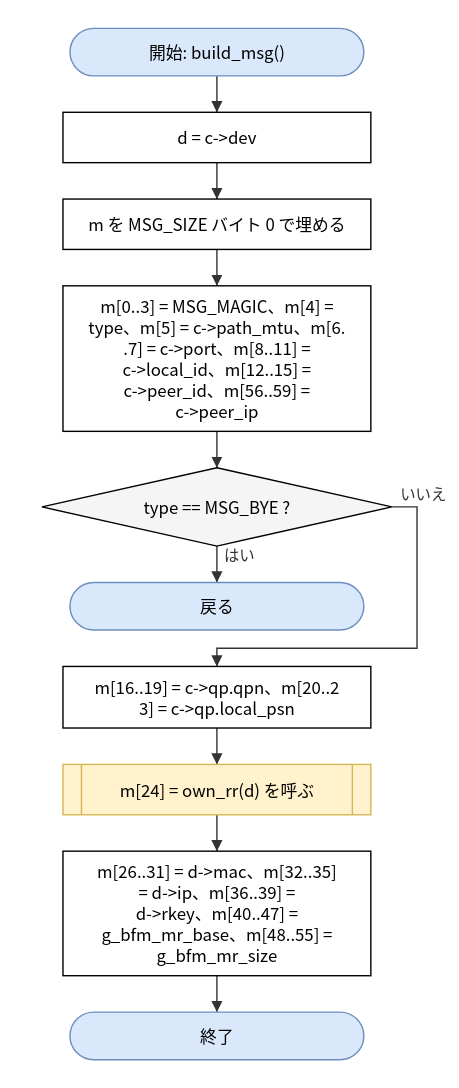
The draw.io diagram doc/spec/images/flow_src_bfm_cm-build_msg.drawio.svg in hf355051012-ai/bfmem, before a commit. Source tidied: cells renumbered, new cells last; positions are measured from the earlier drawing's top-left corner, leaving out a move shared by most shapes.
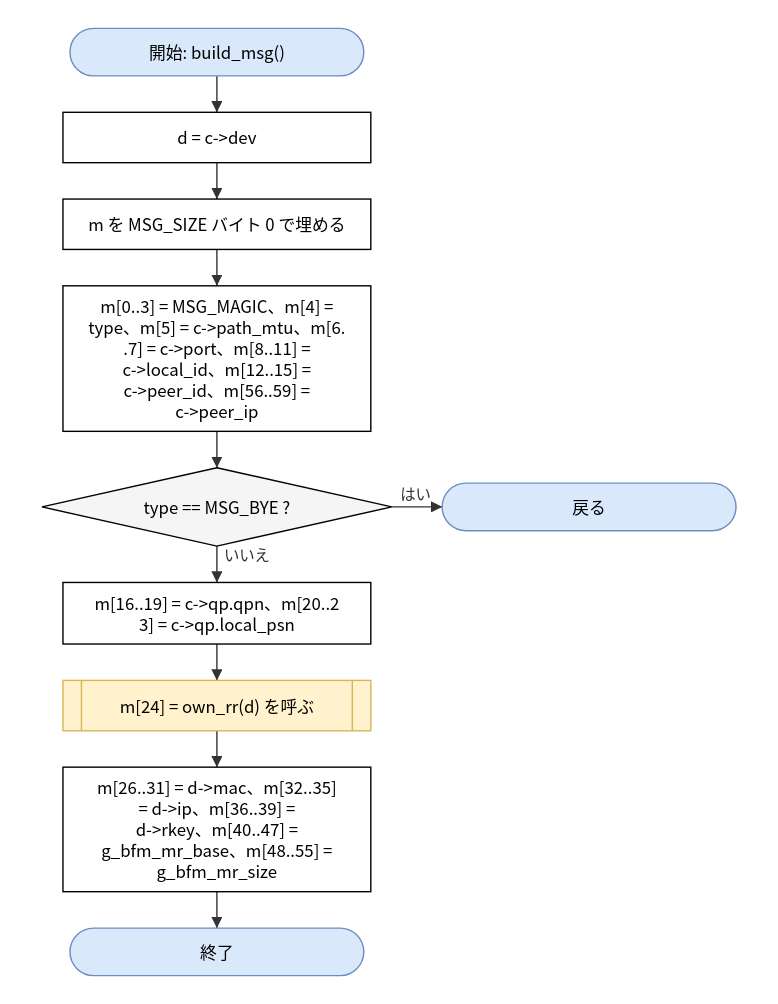
The same diagram one commit later.

The edit, as a diff of the source:
```diff
@@ -18,19 +18,19 @@
       <mxGeometry y="314" width="250" height="56" as="geometry" />
     </mxCell>
     <mxCell id="7" value="戻る" style="rounded=1;arcSize=50;whiteSpace=wrap;html=1;fillColor=#dae8fc;strokeColor=#6c8ebf;" parent="1" vertex="1">
-      <mxGeometry x="20" y="396" width="210" height="34" as="geometry" />
+      <mxGeometry x="286" y="325" width="210" height="34" as="geometry" />
     </mxCell>
     <mxCell id="8" value="m[16..19] = c-&amp;gt;qp.qpn、m[20..2&lt;br&gt;3] = c-&amp;gt;qp.local_psn" style="rounded=0;whiteSpace=wrap;html=1;" parent="1" vertex="1">
-      <mxGeometry x="15" y="456" width="220" height="44" as="geometry" />
+      <mxGeometry x="15" y="396" width="220" height="44" as="geometry" />
     </mxCell>
     <mxCell id="9" value="m[24] = own_rr(d) を呼ぶ" style="shape=process;whiteSpace=wrap;html=1;backgroundOutline=1;size=0.06;fillColor=#fff2cc;strokeColor=#d6b656;" parent="1" vertex="1">
-      <mxGeometry x="15" y="526" width="220" height="36" as="geometry" />
+      <mxGeometry x="15" y="466" width="220" height="36" as="geometry" />
     </mxCell>
     <mxCell id="10" value="m[26..31] = d-&amp;gt;mac、m[32..35]&lt;br&gt;= d-&amp;gt;ip、m[36..39] =&lt;br&gt;d-&amp;gt;rkey、m[40..47] =&lt;br&gt;g_bfm_mr_base、m[48..55] =&lt;br&gt;g_bfm_mr_size" style="rounded=0;whiteSpace=wrap;html=1;" parent="1" vertex="1">
-      <mxGeometry x="15" y="588" width="220" height="89" as="geometry" />
+      <mxGeometry x="15" y="528" width="220" height="89" as="geometry" />
     </mxCell>
     <mxCell id="11" value="終了" style="rounded=1;arcSize=50;whiteSpace=wrap;html=1;fillColor=#dae8fc;strokeColor=#6c8ebf;" parent="1" vertex="1">
-      <mxGeometry x="20" y="703" width="210" height="34" as="geometry" />
+      <mxGeometry x="20" y="643" width="210" height="34" as="geometry" />
     </mxCell>
     <mxCell id="12" style="edgeStyle=none;html=1;rounded=0;endArrow=block;endFill=1;exitX=0.5000;exitY=1.0000;exitDx=0;exitDy=0;exitPerimeter=0;entryX=0.5000;entryY=0.0000;entryDx=0;entryDy=0;entryPerimeter=0;" parent="1" edge="1" source="2" target="3">
       <mxGeometry relative="1" as="geometry" />
@@ -44,17 +44,11 @@
     <mxCell id="15" style="edgeStyle=none;html=1;rounded=0;endArrow=block;endFill=1;exitX=0.5000;exitY=1.0000;exitDx=0;exitDy=0;exitPerimeter=0;entryX=0.5000;entryY=0.0000;entryDx=0;entryDy=0;entryPerimeter=0;" parent="1" edge="1" source="5" target="6">
       <mxGeometry relative="1" as="geometry" />
     </mxCell>
-    <mxCell id="16" value="はい" style="edgeStyle=none;html=1;rounded=0;endArrow=block;endFill=1;exitX=0.5000;exitY=1.0000;exitDx=0;exitDy=0;exitPerimeter=0;entryX=0.5000;entryY=0.0000;entryDx=0;entryDy=0;entryPerimeter=0;" parent="1" edge="1" source="6" target="7">
+    <mxCell id="16" value="はい" style="edgeStyle=none;html=1;rounded=0;endArrow=block;endFill=1;exitX=1.0000;exitY=0.5000;exitDx=0;exitDy=0;exitPerimeter=0;entryX=0.0000;entryY=0.5000;entryDx=0;entryDy=0;entryPerimeter=0;" parent="1" edge="1" source="6" target="7">
       <mxGeometry relative="1" as="geometry" />
     </mxCell>
-    <mxCell id="17" value="いいえ" style="edgeStyle=none;html=1;rounded=0;endArrow=block;endFill=1;exitX=1.0000;exitY=0.5000;exitDx=0;exitDy=0;exitPerimeter=0;entryX=0.5000;entryY=0.0000;entryDx=0;entryDy=0;entryPerimeter=0;" parent="1" edge="1" source="6" target="8">
-      <mxGeometry relative="1" as="geometry">
-        <Array as="points">
-          <mxPoint x="268" y="342" />
-          <mxPoint x="268" y="443" />
-          <mxPoint x="125" y="443" />
-        </Array>
-      </mxGeometry>
+    <mxCell id="17" value="いいえ" style="edgeStyle=none;html=1;rounded=0;endArrow=block;endFill=1;exitX=0.5000;exitY=1.0000;exitDx=0;exitDy=0;exitPerimeter=0;entryX=0.5000;entryY=0.0000;entryDx=0;entryDy=0;entryPerimeter=0;" parent="1" edge="1" source="6" target="8">
+      <mxGeometry relative="1" as="geometry" />
     </mxCell>
     <mxCell id="18" style="edgeStyle=none;html=1;rounded=0;endArrow=block;endFill=1;exitX=0.5000;exitY=1.0000;exitDx=0;exitDy=0;exitPerimeter=0;entryX=0.5000;entryY=0.0000;entryDx=0;entryDy=0;entryPerimeter=0;" parent="1" edge="1" source="8" target="9">
       <mxGeometry relative="1" as="geometry" />
```
